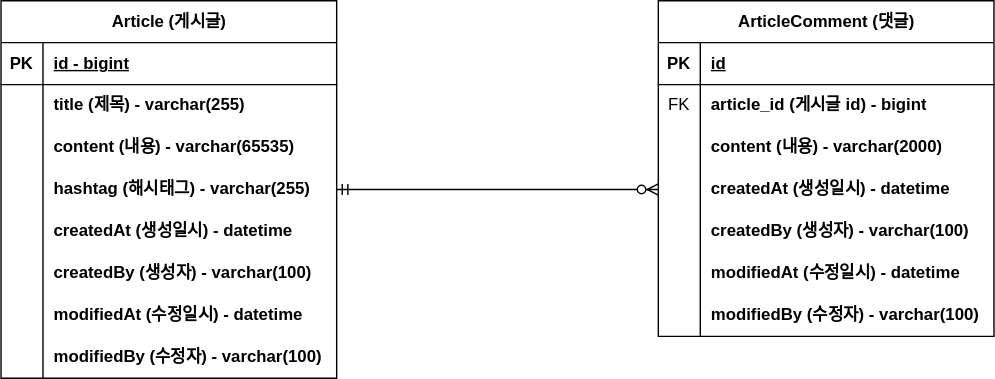
The draw.io diagram document/project-board-erd.svg in min9yu98/fastcampus-project-board, before a commit. Source tidied: cells renumbered, new cells last; positions are measured from the earlier drawing's top-left corner, leaving out a move shared by most shapes.
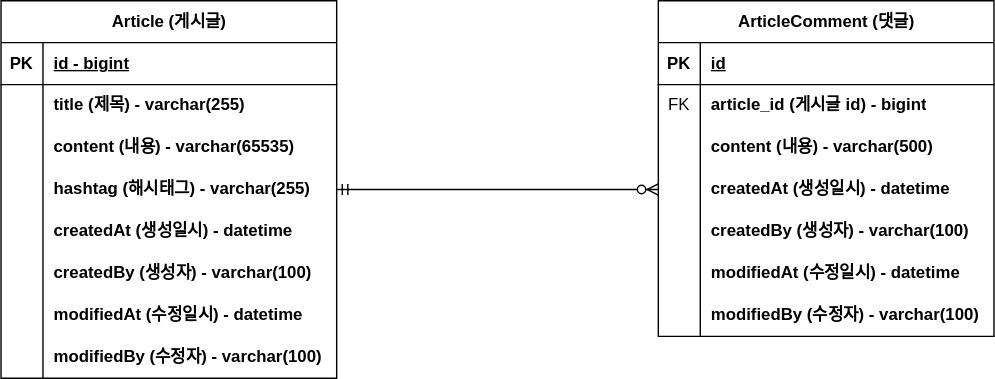
Above is the later version.

Commit message:
#10 - erd 업데이트: content 사이즈 변경

Diff of the diagram source:
```diff
@@ -104,7 +104,7 @@
     <mxCell id="35" style="shape=partialRectangle;fillColor=none;top=0;left=0;bottom=0;right=0;overflow=hidden;whiteSpace=wrap;html=1;" parent="34" vertex="1">
       <mxGeometry width="30" height="30" as="geometry" />
     </mxCell>
-    <mxCell id="36" value="content (내용) - varchar(2000)" style="shape=partialRectangle;fillColor=none;top=0;left=0;bottom=0;right=0;align=left;spacingLeft=6;overflow=hidden;whiteSpace=wrap;html=1;fontStyle=1;" parent="34" vertex="1">
+    <mxCell id="36" value="content (내용) - varchar(500)" style="shape=partialRectangle;fillColor=none;top=0;left=0;bottom=0;right=0;align=left;spacingLeft=6;overflow=hidden;whiteSpace=wrap;html=1;fontStyle=1;" parent="34" vertex="1">
       <mxGeometry x="30" width="210" height="30" as="geometry" />
     </mxCell>
     <mxCell id="37" style="shape=tableRow;horizontal=0;startSize=0;swimlaneHead=0;swimlaneBody=0;fillColor=none;points=[[0,0.5],[1,0.5]];portConstraint=eastwest;top=0;left=0;right=0;bottom=0;" parent="27" vertex="1">
```
